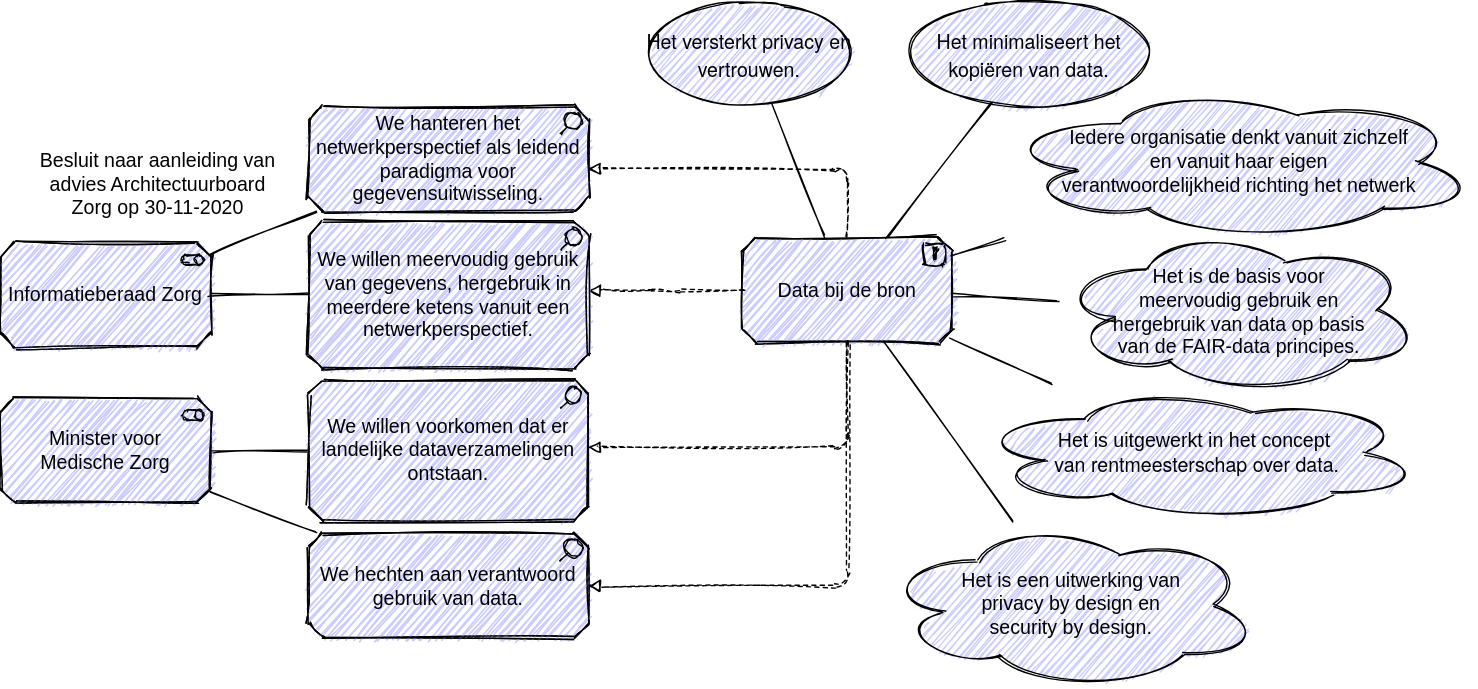
Above: .gitbook/assets/motivation/federateddata.svg in dizra/docs (draw.io), before the change. Source tidied: cells renumbered, new cells last; positions are measured from the earlier drawing's top-left corner, leaving out a move shared by most shapes.
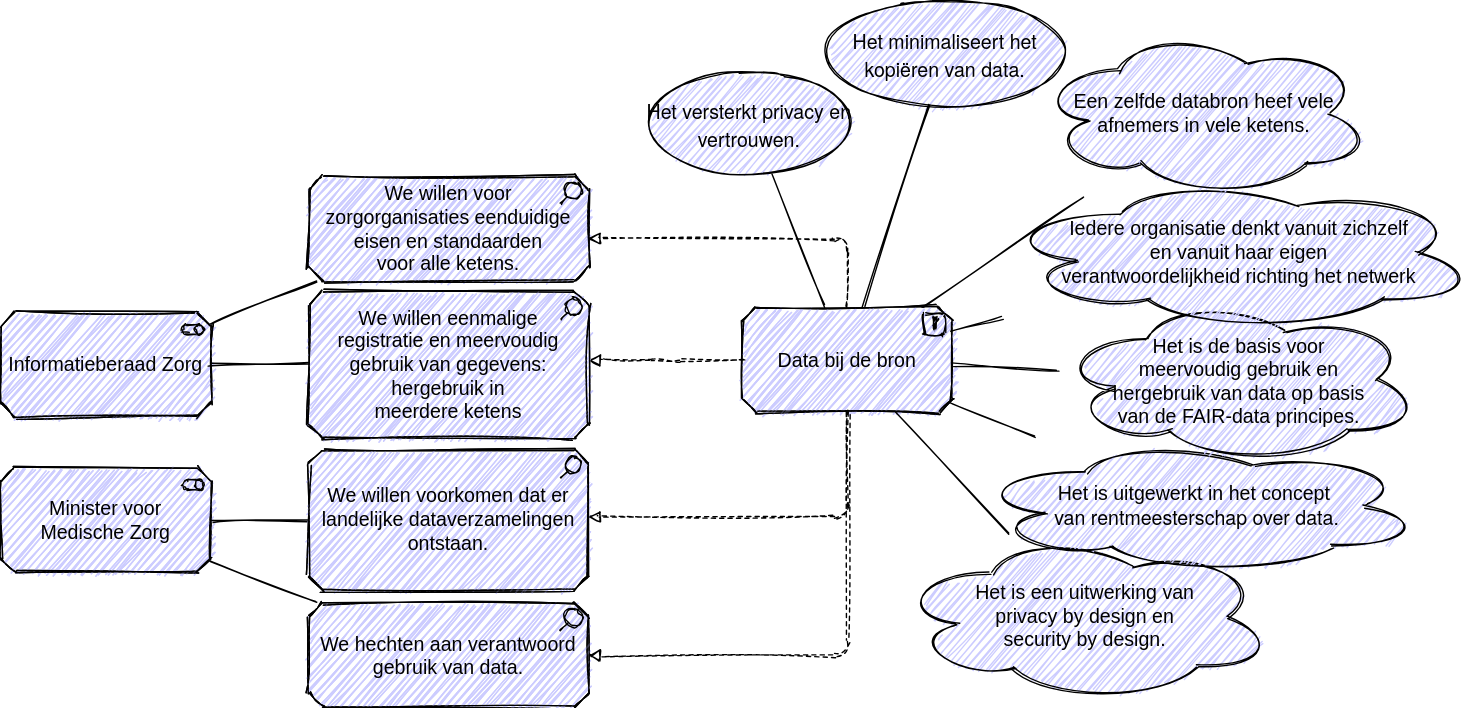
Above is the later version.

Change to the diagram source:
```diff
@@ -12,7 +12,7 @@
       <mxGeometry relative="1" as="geometry" />
     </mxCell>
     <mxCell id="5" value="Het is een uitwerking van &lt;br style=&quot;font-size: 14px&quot;&gt;privacy by design en &lt;br style=&quot;font-size: 14px&quot;&gt;security by design." style="shape=cloud;html=1;whiteSpace=wrap;fillColor=#CCCCFF;strokeColor=#000000;fontSize=14;fontColor=#000000;sketch=1;" parent="1" vertex="1">
-      <mxGeometry x="630" y="371" width="270" height="120" as="geometry" />
+      <mxGeometry x="640" y="330" width="270" height="120" as="geometry" />
     </mxCell>
     <mxCell id="6" style="endArrow=none;html=1;fontSize=14;sketch=1;" parent="1" edge="1" source="2" target="5">
       <mxGeometry relative="1" as="geometry" />
@@ -21,12 +21,12 @@
       <mxGeometry relative="1" as="geometry" />
     </mxCell>
     <mxCell id="8" value="Het is uitgewerkt in het concept&amp;nbsp;&lt;br style=&quot;font-size: 14px&quot;&gt;&lt;span style=&quot;font-family: &amp;#34;helvetica neue&amp;#34; ; font-size: 14px&quot;&gt;van rentmeesterschap over data.&lt;/span&gt;" style="shape=cloud;html=1;whiteSpace=wrap;fillColor=#CCCCFF;align=center;strokeColor=#000000;fontSize=14;fontColor=#000000;spacingLeft=30;spacingRight=30;sketch=1;" parent="1" vertex="1">
-      <mxGeometry x="695" y="274.5" width="320" height="96.5" as="geometry" />
+      <mxGeometry x="695" y="262.5" width="320" height="96.5" as="geometry" />
     </mxCell>
     <mxCell id="9" style="endArrow=none;html=1;fontSize=14;sketch=1;" parent="1" edge="1" source="2" target="8">
       <mxGeometry relative="1" as="geometry" />
     </mxCell>
-    <mxCell id="10" value="We willen meervoudig gebruik van gegevens, hergebruik in meerdere ketens vanuit een netwerkperspectief." style="html=1;outlineConnect=0;whiteSpace=wrap;fillColor=#CCCCFF;shape=mxgraph.archimate3.application;appType=assess;archiType=oct;fontSize=14;strokeColor=#000000;fontColor=#000000;sketch=1;" parent="1" vertex="1">
+    <mxCell id="10" value="We willen eenmalige &lt;br&gt;registratie en meervoudig gebruik van gegevens: hergebruik in &lt;br&gt;meerdere ketens" style="html=1;outlineConnect=0;whiteSpace=wrap;fillColor=#CCCCFF;shape=mxgraph.archimate3.application;appType=assess;archiType=oct;fontSize=14;strokeColor=#000000;fontColor=#000000;sketch=1;" parent="1" vertex="1">
       <mxGeometry x="220" y="157.5" width="200" height="105" as="geometry" />
     </mxCell>
     <mxCell id="11" value="Informatieberaad Zorg" style="html=1;outlineConnect=0;whiteSpace=wrap;fillColor=#CCCCFF;shape=mxgraph.archimate3.application;appType=role;archiType=oct;fontSize=14;strokeColor=#000000;fontColor=#000000;sketch=1;" parent="1" vertex="1">
@@ -65,7 +65,7 @@
       </mxGeometry>
     </mxCell>
     <mxCell id="20" value="&lt;p class=&quot;p1&quot; style=&quot;margin: 0px ; font-stretch: normal ; font-size: 14px ; line-height: normal ; font-family: &amp;#34;helvetica neue&amp;#34;&quot;&gt;Het minimaliseert het kopiëren van data.&lt;/p&gt;" style="shape=ellipse;html=1;whiteSpace=wrap;fillColor=#CCCCFF;perimeter=ellipsePerimeter;strokeColor=#000000;fontSize=14;fontColor=#000000;sketch=1;" parent="1" vertex="1">
-      <mxGeometry x="650" width="170" height="75" as="geometry" />
+      <mxGeometry x="590" y="-50" width="170" height="75" as="geometry" />
     </mxCell>
     <mxCell id="21" style="endArrow=none;html=1;sketch=1;" parent="1" edge="1" source="2" target="20">
       <mxGeometry relative="1" as="geometry" />
@@ -77,20 +77,17 @@
       <mxGeometry relative="1" as="geometry" />
     </mxCell>
     <mxCell id="24" value="Iedere organisatie denkt vanuit zichzelf &lt;br&gt;en vanuit haar eigen &lt;br&gt;verantwoordelijkheid richting het netwerk" style="shape=cloud;html=1;whiteSpace=wrap;fillColor=#CCCCFF;spacingLeft=30;spacingRight=30;fontSize=14;sketch=1;" parent="1" vertex="1">
-      <mxGeometry x="715" y="60" width="340" height="110" as="geometry" />
+      <mxGeometry x="715" y="75" width="340" height="110" as="geometry" />
     </mxCell>
     <mxCell id="25" style="endArrow=none;html=1;sketch=1;" parent="1" edge="1" source="24" target="2">
       <mxGeometry relative="1" as="geometry" />
     </mxCell>
-    <mxCell id="26" value="&lt;span id=&quot;docs-internal-guid-6d84e9aa-7fff-5964-343f-6350203eab74&quot; style=&quot;font-size: 14px&quot;&gt;&lt;span style=&quot;font-size: 14px ; font-family: &amp;#34;arial&amp;#34; ; background-color: transparent ; vertical-align: baseline&quot;&gt;We hanteren het netwerkperspectief als leidend paradigma voor gegevensuitwisseling.&lt;/span&gt;&lt;/span&gt;" style="html=1;outlineConnect=0;whiteSpace=wrap;fillColor=#CCCCFF;shape=mxgraph.archimate3.application;appType=assess;archiType=oct;fontSize=14;sketch=1;" parent="1" vertex="1">
+    <mxCell id="26" value="&lt;span id=&quot;docs-internal-guid-6d84e9aa-7fff-5964-343f-6350203eab74&quot; style=&quot;font-size: 14px&quot;&gt;&lt;span style=&quot;font-size: 14px ; font-family: &amp;#34;arial&amp;#34; ; background-color: transparent ; vertical-align: baseline&quot;&gt;We willen voor&lt;br&gt;zorgorganisaties eenduidige eisen en standaarden &lt;br&gt;voor alle ketens.&lt;/span&gt;&lt;/span&gt;" style="html=1;outlineConnect=0;whiteSpace=wrap;fillColor=#CCCCFF;shape=mxgraph.archimate3.application;appType=assess;archiType=oct;fontSize=14;sketch=1;" parent="1" vertex="1">
       <mxGeometry x="220" y="75" width="200" height="75" as="geometry" />
     </mxCell>
     <mxCell id="27" style="endArrow=none;html=1;fontSize=14;sketch=1;" parent="1" edge="1" source="11" target="26">
       <mxGeometry relative="1" as="geometry" />
     </mxCell>
-    <mxCell id="28" value="Besluit naar aanleiding van advies Architectuurboard Zorg op 30-11-2020" style="text;html=1;strokeColor=none;fillColor=none;align=center;verticalAlign=middle;whiteSpace=wrap;rounded=0;fontSize=14;sketch=1;" parent="1" vertex="1">
-      <mxGeometry x="20" y="105" width="185" height="52.5" as="geometry" />
-    </mxCell>
     <mxCell id="29" style="edgeStyle=elbowEdgeStyle;html=1;endArrow=block;elbow=vertical;endFill=0;dashed=1;sketch=1;" parent="1" edge="1" source="2" target="26">
       <mxGeometry relative="1" as="geometry">
         <Array as="points">
@@ -98,5 +95,11 @@
         </Array>
       </mxGeometry>
     </mxCell>
+    <mxCell id="30" value="&lt;span style=&quot;color: rgb(0 , 0 , 0) ; font-style: normal ; font-weight: normal ; letter-spacing: normal ; text-indent: 0px ; text-transform: none ; word-spacing: 0px ; text-decoration: none&quot;&gt;Een zelfde databron heef vele afnemers in vele ketens.&lt;/span&gt;" style="shape=cloud;html=1;whiteSpace=wrap;fillColor=#CCCCFF;fontSize=14;sketch=1;" parent="1" vertex="1">
+      <mxGeometry x="740" y="-30" width="240" height="120" as="geometry" />
+    </mxCell>
+    <mxCell id="31" style="endArrow=none;html=1;sketch=1;" parent="1" edge="1" source="30" target="2">
+      <mxGeometry relative="1" as="geometry" />
+    </mxCell>
   </root>
 </mxGraphModel>
```
